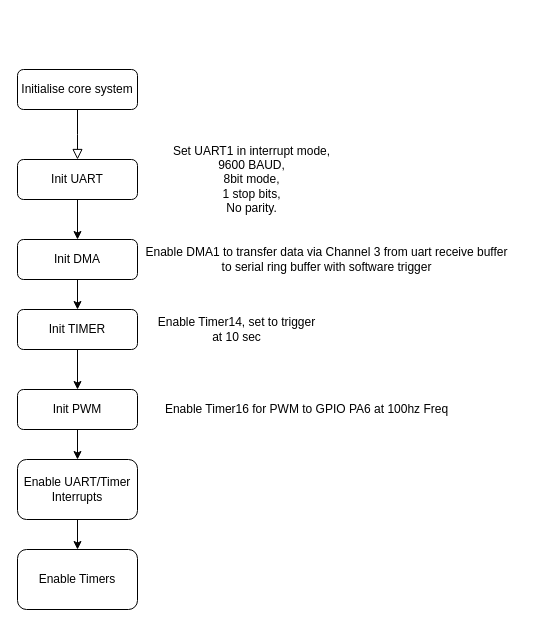
Before: page "Init" (1 of 6) of Documentation/STM32Flowchart.drawio in nagars/CPDM-IISc, a draw.io diagram. Source tidied: cells renumbered, new cells numbered last; positions are measured from the earlier drawing's top-left corner, leaving out a move shared by most shapes. Both pictures are drawn from the tidied source at 100%, with x=0, y=0 at pixel (17, 69).
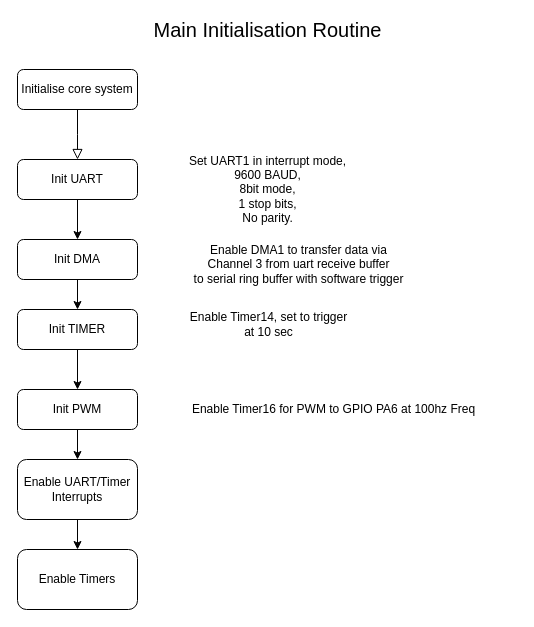
After the change.

Change to the diagram source:
```diff
@@
     <mxCell id="10" value="Set UART1 in interrupt mode, &lt;br&gt;9600 BAUD,&lt;br&gt;8bit mode,&lt;br&gt;1 stop bits,&lt;br&gt;No parity." style="text;html=1;align=center;verticalAlign=middle;" parent="1" vertex="1">
-      <mxGeometry x="149" y="70" width="170" height="80" as="geometry" />
+      <mxGeometry x="165" y="80" width="170" height="80" as="geometry" />
     </mxCell>
-    <mxCell id="11" value="Enable DMA1 to transfer data via Channel 3 from uart receive buffer&lt;br&gt;to serial ring buffer with software trigger" style="text;html=1;align=center;verticalAlign=middle;" parent="1" vertex="1">
-      <mxGeometry x="119" y="175" width="380" height="30" as="geometry" />
+    <mxCell id="11" value="Enable DMA1 to transfer data via &lt;br&gt;Channel 3 from uart receive buffer&lt;br&gt;to serial ring buffer with software trigger" style="text;html=1;align=center;verticalAlign=middle;" parent="1" vertex="1">
+      <mxGeometry x="166" y="170" width="230" height="50" as="geometry" />
     </mxCell>
@@
     <mxCell id="14" value="Enable Timer14, set to trigger &lt;br&gt;at 10 sec" style="text;html=1;align=center;verticalAlign=middle;" parent="1" vertex="1">
-      <mxGeometry x="134" y="245" width="170" height="30" as="geometry" />
+      <mxGeometry x="166" y="240" width="170" height="30" as="geometry" />
     </mxCell>
     <mxCell id="15" value="Enable Timer16 for PWM to GPIO PA6 at 100hz Freq" style="text;html=1;align=center;verticalAlign=middle;" parent="1" vertex="1">
-      <mxGeometry x="139" y="330" width="300" height="20" as="geometry" />
+      <mxGeometry x="166" y="330" width="300" height="20" as="geometry" />
     </mxCell>
@@
+    <mxCell id="19" value="&lt;font style=&quot;font-size: 20px&quot;&gt;Main Initialisation Routine&lt;/font&gt;" style="text;html=1;align=center;verticalAlign=middle;" parent="1" vertex="1">
+      <mxGeometry x="130" y="-50" width="240" height="20" as="geometry" />
+    </mxCell>
```
